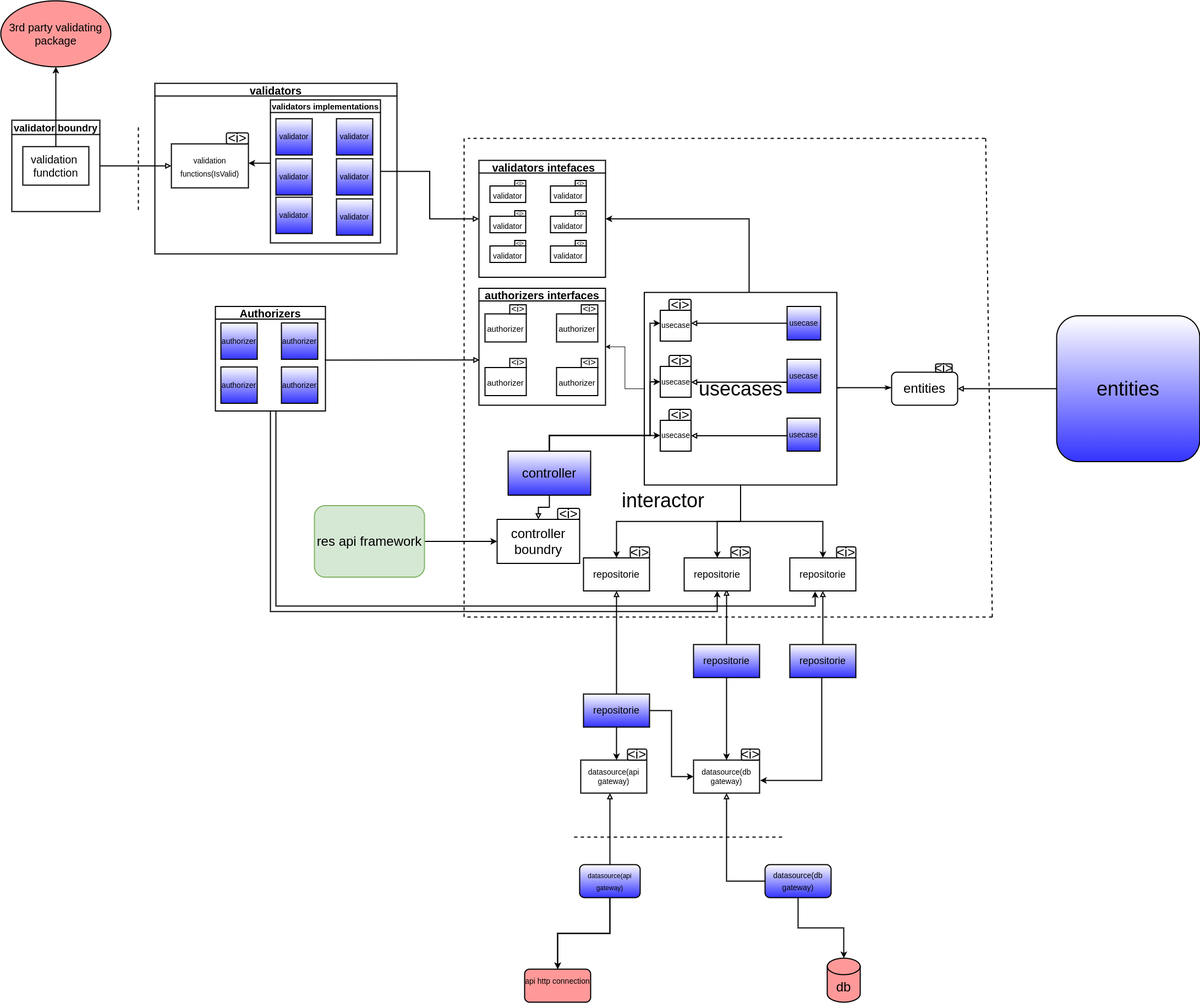
Above: flow of controle for (the-door).png in ahmed4040400/the-door (draw.io), before the change. Source tidied: cells renumbered, new cells last; positions are measured from the earlier drawing's top-left corner, leaving out a move shared by most shapes.
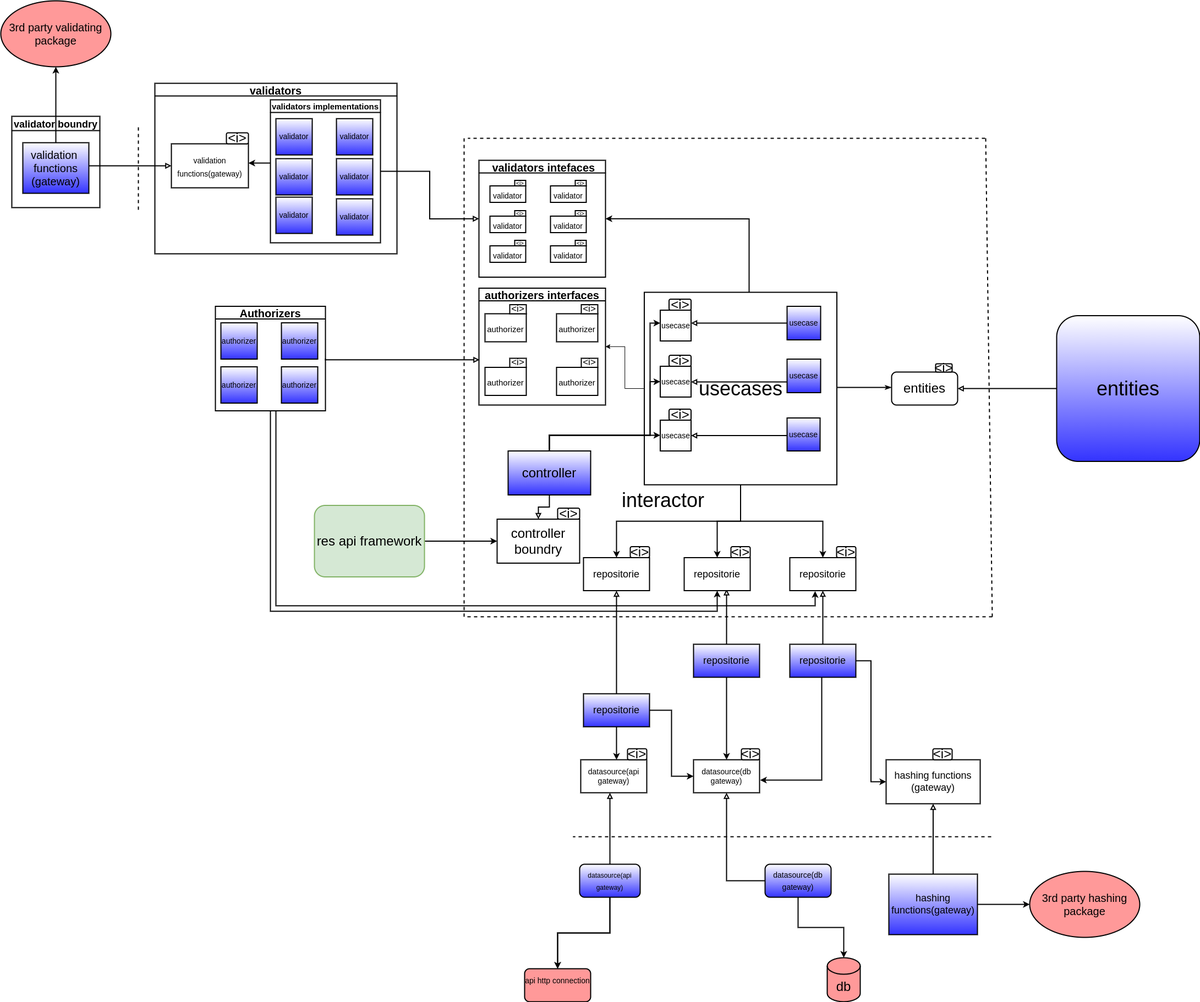
Above is the later version.

Diff of the diagram source:
```diff
@@ -105,6 +105,9 @@
         </Array>
       </mxGeometry>
     </mxCell>
+    <mxCell id="118" style="edgeStyle=orthogonalEdgeStyle;rounded=0;jettySize=auto;html=1;entryX=0;entryY=0.5;entryDx=0;entryDy=0;strokeWidth=2;" parent="1" edge="1" source="28" target="119">
+      <mxGeometry relative="1" as="geometry" />
+    </mxCell>
     <mxCell id="28" value="&lt;font style=&quot;font-size: 18px;&quot;&gt;repositorie&lt;/font&gt;" style="rounded=0;whiteSpace=wrap;html=1;strokeWidth=2;gradientColor=#3333FF;" parent="1" vertex="1">
       <mxGeometry x="1434" y="1170" width="120" height="60" as="geometry" />
     </mxCell>
@@ -217,7 +220,7 @@
     </mxCell>
     <mxCell id="58" style="endArrow=none;dashed=1;html=1;rounded=0;fontColor=#FFFFFF;strokeWidth=2;strokeColor=default;" parent="1" edge="1">
       <mxGeometry relative="1" as="geometry">
-        <mxPoint x="1420" y="1520" as="sourcePoint" />
+        <mxPoint x="1800" y="1520" as="sourcePoint" />
         <mxPoint x="1040" y="1520" as="targetPoint" />
       </mxGeometry>
     </mxCell>
@@ -276,14 +279,19 @@
     <mxCell id="70" value="usecase" style="whiteSpace=wrap;html=1;fontSize=14;strokeWidth=2;" parent="1" vertex="1">
       <mxGeometry x="1198.5" y="562.5" width="56" height="56" as="geometry" />
     </mxCell>
-    <mxCell id="71" style="edgeStyle=orthogonalEdgeStyle;rounded=0;jettySize=auto;html=1;fontSize=14;fontColor=#000000;strokeWidth=2;endArrow=block;endFill=0;" parent="1" edge="1" source="72" target="86">
-      <mxGeometry relative="1" as="geometry" />
+    <mxCell id="71" style="edgeStyle=orthogonalEdgeStyle;rounded=0;jettySize=auto;html=1;fontSize=14;fontColor=#000000;strokeWidth=2;endArrow=block;endFill=0;" parent="1" edge="1" source="73" target="86">
+      <mxGeometry relative="1" as="geometry">
+        <Array as="points">
+          <mxPoint x="200" y="300" />
+          <mxPoint x="200" y="300" />
+        </Array>
+      </mxGeometry>
     </mxCell>
     <mxCell id="72" value="validator boundry" style="swimlane;startSize=26;horizontal=1;containerType=tree;fontSize=18;fillColor=none;strokeWidth=2;" parent="1" vertex="1">
-      <mxGeometry x="20" y="217" width="160" height="166" as="geometry" />
+      <mxGeometry x="20" y="210" width="160" height="166" as="geometry" />
     </mxCell>
-    <mxCell id="73" value="validation&amp;nbsp;&lt;br&gt;fundction" style="rounded=0;whiteSpace=wrap;html=1;fontSize=20;fillColor=none;strokeWidth=2;" parent="72" vertex="1">
-      <mxGeometry x="20" y="48" width="120" height="70" as="geometry" />
+    <mxCell id="73" value="validation&amp;nbsp;&lt;br&gt;functions&lt;br&gt;(gateway)" style="rounded=0;whiteSpace=wrap;html=1;fontSize=20;fillColor=default;strokeWidth=2;gradientColor=#3333FF;" parent="72" vertex="1">
+      <mxGeometry x="20" y="48" width="120" height="92" as="geometry" />
     </mxCell>
     <mxCell id="74" value="3rd party validating package" style="ellipse;whiteSpace=wrap;html=1;fontSize=20;fillColor=#FF9999;strokeWidth=2;" parent="1" vertex="1">
       <mxGeometry width="200" height="120" as="geometry" />
@@ -326,7 +334,7 @@
     <mxCell id="85" value="validator" style="whiteSpace=wrap;html=1;fontSize=14;fillColor=default;gradientColor=#3333FF;strokeWidth=2;" parent="82" vertex="1">
       <mxGeometry x="120" y="180" width="66" height="66" as="geometry" />
     </mxCell>
-    <mxCell id="86" value="&lt;font style=&quot;font-size: 14px;&quot;&gt;validation functions(IsValid)&lt;/font&gt;" style="whiteSpace=wrap;html=1;newEdgeStyle={&quot;edgeStyle&quot;:&quot;elbowEdgeStyle&quot;,&quot;startArrow&quot;:&quot;none&quot;,&quot;endArrow&quot;:&quot;none&quot;};fontSize=20;fillColor=none;strokeWidth=2;" parent="77" vertex="1" collapsed="1">
+    <mxCell id="86" value="&lt;font style=&quot;font-size: 14px;&quot;&gt;validation functions(gateway)&lt;/font&gt;" style="whiteSpace=wrap;html=1;newEdgeStyle={&quot;edgeStyle&quot;:&quot;elbowEdgeStyle&quot;,&quot;startArrow&quot;:&quot;none&quot;,&quot;endArrow&quot;:&quot;none&quot;};fontSize=20;fillColor=none;strokeWidth=2;" parent="77" vertex="1" collapsed="1">
       <mxGeometry x="30" y="110" width="140" height="80" as="geometry" />
     </mxCell>
     <mxCell id="87" value="&amp;lt;i&amp;gt;" style="rounded=1;whiteSpace=wrap;html=1;glass=0;sketch=0;fontSize=24;strokeWidth=2;" parent="77" vertex="1">
@@ -435,5 +443,23 @@
     <mxCell id="117" value="authorizer" style="whiteSpace=wrap;html=1;fontSize=14;fillColor=default;gradientColor=#3333FF;strokeWidth=2;" parent="113" vertex="1">
       <mxGeometry x="10" y="30" width="66" height="66" as="geometry" />
     </mxCell>
+    <mxCell id="119" value="&lt;font style=&quot;font-size: 18px;&quot;&gt;hashing functions&lt;br&gt;(gateway)&lt;br&gt;&lt;/font&gt;" style="rounded=0;whiteSpace=wrap;html=1;strokeWidth=2;shadow=0;sketch=0;glass=0;" parent="1" vertex="1">
+      <mxGeometry x="1609" y="1380" width="171" height="80" as="geometry" />
+    </mxCell>
+    <mxCell id="120" value="&amp;lt;i&amp;gt;" style="rounded=1;whiteSpace=wrap;html=1;glass=0;sketch=0;fontSize=24;fillColor=default;gradientColor=#FCFCFC;strokeWidth=2;" parent="1" vertex="1">
+      <mxGeometry x="1694" y="1360" width="35" height="20" as="geometry" />
+    </mxCell>
+    <mxCell id="121" style="edgeStyle=orthogonalEdgeStyle;rounded=0;jettySize=auto;html=1;strokeWidth=2;endArrow=block;endFill=0;" parent="1" edge="1" source="123" target="119">
+      <mxGeometry relative="1" as="geometry" />
+    </mxCell>
+    <mxCell id="122" style="edgeStyle=orthogonalEdgeStyle;rounded=0;jettySize=auto;html=1;strokeWidth=2;" parent="1" edge="1" source="123" target="124">
+      <mxGeometry relative="1" as="geometry" />
+    </mxCell>
+    <mxCell id="123" value="&lt;font style=&quot;font-size: 18px;&quot;&gt;hashing functions(gateway)&lt;/font&gt;" style="rounded=0;whiteSpace=wrap;html=1;strokeWidth=2;gradientColor=#3333FF;" parent="1" vertex="1">
+      <mxGeometry x="1614" y="1588" width="161" height="110" as="geometry" />
+    </mxCell>
+    <mxCell id="124" value="3rd party hashing package" style="ellipse;whiteSpace=wrap;html=1;fontSize=20;fillColor=#FF9999;strokeWidth=2;" parent="1" vertex="1">
+      <mxGeometry x="1870" y="1583" width="200" height="120" as="geometry" />
+    </mxCell>
   </root>
 </mxGraphModel>
```
